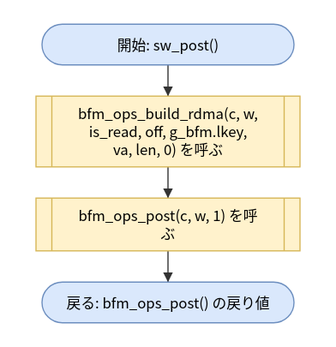
The draw.io diagram doc/spec/images/flow_src_bfm_dif-sw_post.drawio.svg in hf355051012-ai/bfmem, before a commit. Source tidied: cells renumbered, new cells last; positions are measured from the earlier drawing's top-left corner, leaving out a move shared by most shapes.
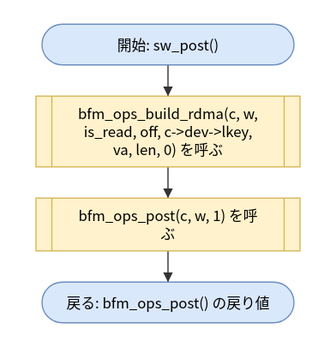
Later version of the same file.

The edit, as a diff of the source:
```diff
@@ -5,7 +5,7 @@
     <mxCell id="2" value="開始: sw_post()" style="rounded=1;arcSize=50;whiteSpace=wrap;html=1;fillColor=#dae8fc;strokeColor=#6c8ebf;" parent="1" vertex="1">
       <mxGeometry x="5" width="210" height="34" as="geometry" />
     </mxCell>
-    <mxCell id="3" value="bfm_ops_build_rdma(c, w,&lt;br&gt;is_read, off, g_bfm.lkey,&lt;br&gt;va, len, 0) を呼ぶ" style="shape=process;whiteSpace=wrap;html=1;backgroundOutline=1;size=0.06;fillColor=#fff2cc;strokeColor=#d6b656;" parent="1" vertex="1">
+    <mxCell id="3" value="bfm_ops_build_rdma(c, w,&lt;br&gt;is_read, off, c-&amp;gt;dev-&amp;gt;lkey,&lt;br&gt;va, len, 0) を呼ぶ" style="shape=process;whiteSpace=wrap;html=1;backgroundOutline=1;size=0.06;fillColor=#fff2cc;strokeColor=#d6b656;" parent="1" vertex="1">
       <mxGeometry y="60" width="220" height="59" as="geometry" />
     </mxCell>
     <mxCell id="4" value="bfm_ops_post(c, w, 1) を呼&lt;br&gt;ぶ" style="shape=process;whiteSpace=wrap;html=1;backgroundOutline=1;size=0.06;fillColor=#fff2cc;strokeColor=#d6b656;" parent="1" vertex="1">
```
